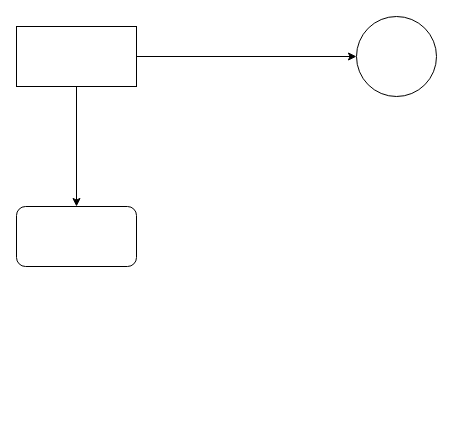
Before: 00.drawio in myziny/test-repository, a draw.io diagram. Source tidied: cells renumbered, new cells numbered last; positions are measured from the earlier drawing's top-left corner, leaving out a move shared by most shapes. Both pictures are drawn from the tidied source at 100%, with x=0, y=0 at pixel (16, 16).
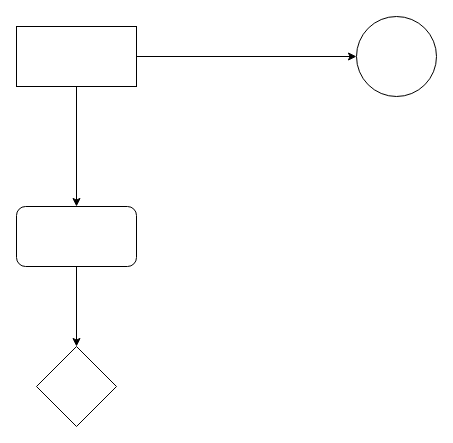
The same page after the edit.

Change to the diagram source:
```diff
@@
 <mxGraphModel>
   <root>
     <mxCell id="0" />
     <mxCell id="1" parent="0" />
     <mxCell id="2" style="edgeStyle=none;html=1;" parent="1" edge="1" source="4" target="5">
       <mxGeometry relative="1" as="geometry" />
     </mxCell>
     <mxCell id="3" style="edgeStyle=none;html=1;" parent="1" edge="1" source="4" target="6">
       <mxGeometry relative="1" as="geometry" />
     </mxCell>
     <mxCell id="4" style="rounded=0;whiteSpace=wrap;html=1;" parent="1" vertex="1">
       <mxGeometry y="10" width="120" height="60" as="geometry" />
     </mxCell>
+    <mxCell id="7" style="edgeStyle=none;html=1;entryX=0.5;entryY=0;entryDx=0;entryDy=0;" parent="1" edge="1" source="5" target="8">
+      <mxGeometry relative="1" as="geometry" />
+    </mxCell>
     <mxCell id="5" style="rounded=1;whiteSpace=wrap;html=1;" parent="1" vertex="1">
       <mxGeometry y="190" width="120" height="60" as="geometry" />
     </mxCell>
     <mxCell id="6" style="ellipse;whiteSpace=wrap;html=1;" parent="1" vertex="1">
       <mxGeometry x="340" width="80" height="80" as="geometry" />
     </mxCell>
+    <mxCell id="8" style="rhombus;whiteSpace=wrap;html=1;" parent="1" vertex="1">
+      <mxGeometry x="20" y="330" width="80" height="80" as="geometry" />
+    </mxCell>
   </root>
 </mxGraphModel>
```
